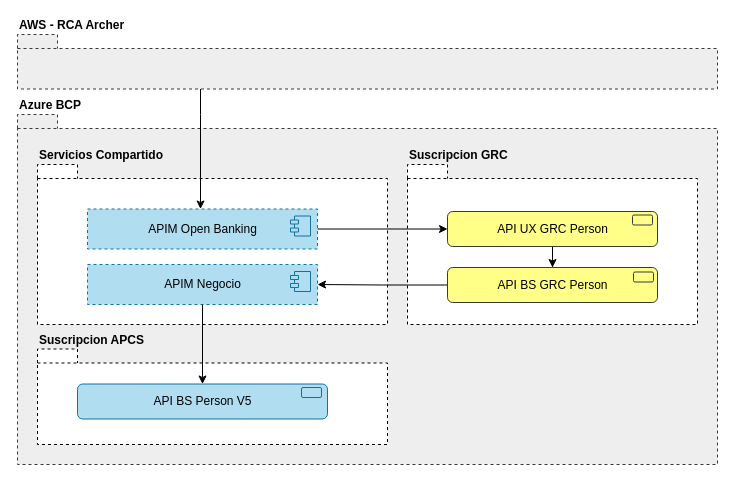
Above: Propuesta.drawio in zolymo/diagrams (draw.io), before the change. Source tidied: cells renumbered, new cells numbered last; positions are measured from the earlier drawing's top-left corner, leaving out a move shared by most shapes. Both pictures are drawn from the tidied source at 100%, with x=0, y=0 at pixel (17, 34).
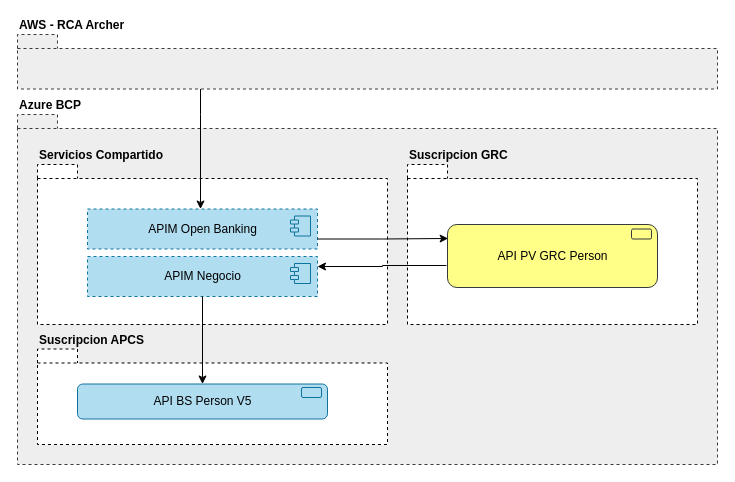
After the change.

Unchanged cells that the change refers to:
```xml
<mxCell id="4" value="APIM Open Banking" style="html=1;dashed=1;align=center;verticalAlign=middle;labelPosition=center;verticalLabelPosition=middle;rounded=0;fillColor=#b1ddf0;strokeColor=#10739e;" parent="1" vertex="1">
  <mxGeometry x="70" y="174.5" width="230" height="40" as="geometry" />
</mxCell>
```

Change to the diagram source:
```diff
@@
     <mxCell id="6" value="APIM Negocio" style="html=1;dashed=1;align=center;verticalAlign=middle;labelPosition=center;verticalLabelPosition=middle;rounded=0;fillColor=#b1ddf0;strokeColor=#10739e;" parent="1" vertex="1">
-      <mxGeometry x="70" y="230" width="230" height="40" as="geometry" />
+      <mxGeometry x="70" y="222" width="230" height="40" as="geometry" />
     </mxCell>
@@
-    <mxCell id="9" style="edgeStyle=orthogonalEdgeStyle;rounded=0;jettySize=auto;html=1;" parent="1" edge="1" source="10" target="13">
-      <mxGeometry relative="1" as="geometry" />
-    </mxCell>
-    <mxCell id="10" value="API UX GRC Person" style="html=1;align=center;verticalAlign=middle;rounded=1;fillColor=#ffff88;strokeColor=#36393d;" parent="1" vertex="1">
-      <mxGeometry x="430" y="177" width="210" height="35" as="geometry" />
-    </mxCell>
-    <mxCell id="11" style="html=1;align=center;verticalAlign=middle;rounded=1;fillColor=#ffff88;strokeColor=#36393d;" parent="1" vertex="1">
-      <mxGeometry x="615" y="180.5" width="20" height="10" as="geometry" />
-    </mxCell>
-    <mxCell id="12" style="edgeStyle=orthogonalEdgeStyle;rounded=0;jettySize=auto;html=1;entryX=1;entryY=0.5;entryDx=0;entryDy=0;" parent="1" edge="1" source="13" target="6">
+    <mxCell id="12" style="edgeStyle=orthogonalEdgeStyle;rounded=0;jettySize=auto;html=1;entryX=1;entryY=0.25;entryDx=0;entryDy=0;exitX=-0.005;exitY=0.651;exitDx=0;exitDy=0;exitPerimeter=0;" parent="1" edge="1" source="10" target="6">
       <mxGeometry relative="1" as="geometry" />
     </mxCell>
-    <mxCell id="13" value="API BS GRC Person" style="html=1;align=center;verticalAlign=middle;rounded=1;fillColor=#ffff88;strokeColor=#36393d;" parent="1" vertex="1">
-      <mxGeometry x="430" y="233" width="210" height="35" as="geometry" />
-    </mxCell>
-    <mxCell id="14" style="html=1;align=center;verticalAlign=middle;rounded=1;fillColor=#ffff88;strokeColor=#36393d;" parent="1" vertex="1">
-      <mxGeometry x="616" y="237.5" width="20" height="10" as="geometry" />
-    </mxCell>
@@
-    <mxCell id="18" style="edgeStyle=orthogonalEdgeStyle;rounded=0;jettySize=auto;html=1;" parent="1" edge="1" source="4" target="10">
+    <mxCell id="18" style="edgeStyle=orthogonalEdgeStyle;rounded=0;jettySize=auto;html=1;entryX=0.003;entryY=0.222;entryDx=0;entryDy=0;exitX=1;exitY=0.75;exitDx=0;exitDy=0;entryPerimeter=0;" parent="1" edge="1" source="4" target="10">
       <mxGeometry relative="1" as="geometry" />
     </mxCell>
@@
+    <mxCell id="22" style="group;" parent="1" vertex="1">
+      <mxGeometry x="430" y="190" width="210" height="63" as="geometry" />
+    </mxCell>
+    <mxCell id="10" value="API PV GRC Person" style="html=1;align=center;verticalAlign=middle;rounded=1;fillColor=#ffff88;strokeColor=#36393d;" parent="22" vertex="1">
+      <mxGeometry width="210" height="63" as="geometry" />
+    </mxCell>
+    <mxCell id="11" style="html=1;align=center;verticalAlign=middle;rounded=1;fillColor=#ffff88;strokeColor=#36393d;" parent="22" vertex="1">
+      <mxGeometry x="184" y="4.5" width="20" height="10" as="geometry" />
+    </mxCell>
```
